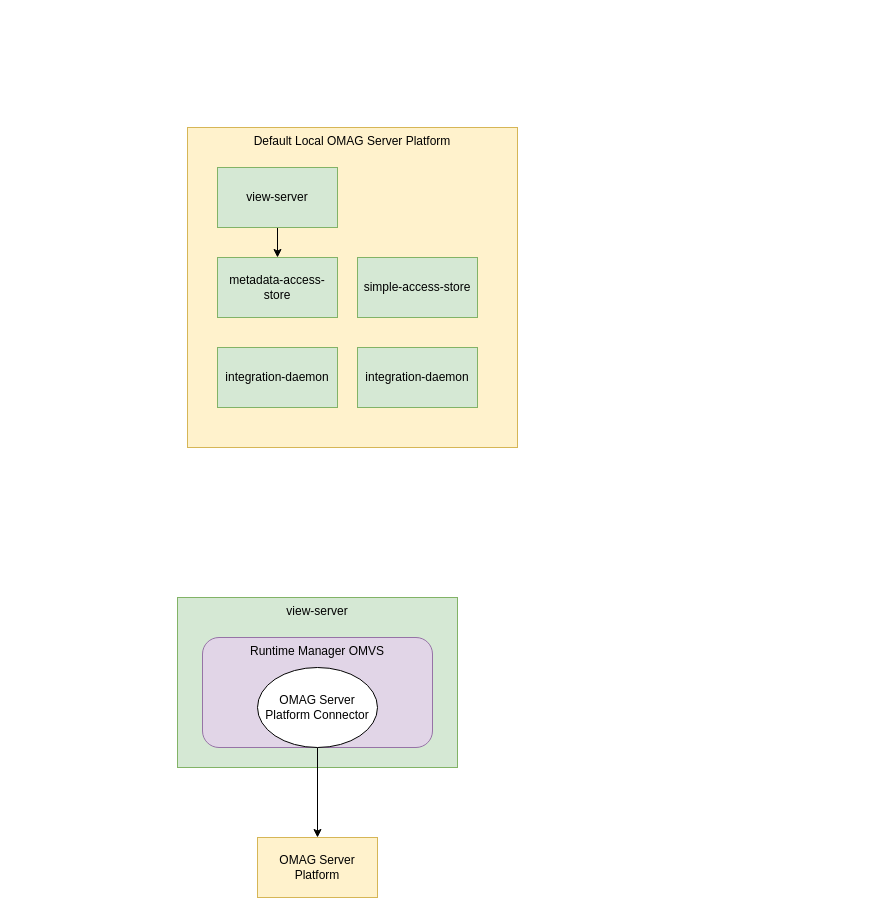
This is page "resource-connector-types" (1 of 4) of site/docs/services/omvs/runtime-manager/egeria-system-connectors.drawio from odpi/egeria-docs, a draw.io file, before an edit. Source tidied: cells renumbered, new cells numbered last; positions are measured from the earlier drawing's top-left corner, leaving out a move shared by most shapes. Both pictures are drawn from the tidied source at 100%, with x=0, y=0 at pixel (177, 127).
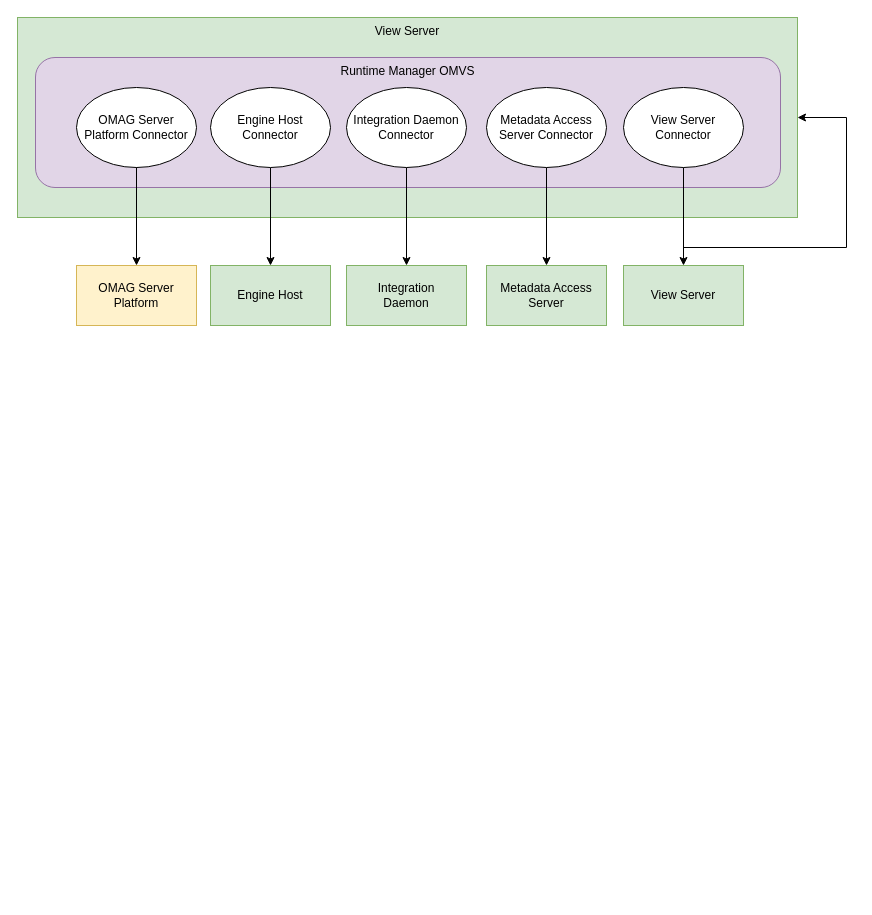
After the change.

What changed in the source:
```diff
@@
-    <mxCell id="2" value="Default Local OMAG Server Platform" style="rounded=0;whiteSpace=wrap;html=1;verticalAlign=top;fillColor=#fff2cc;strokeColor=#d6b656;" parent="1" vertex="1">
-      <mxGeometry x="10" width="330" height="320" as="geometry" />
-    </mxCell>
-    <mxCell id="3" style="edgeStyle=orthogonalEdgeStyle;rounded=0;jettySize=auto;html=1;exitX=0.5;exitY=1;exitDx=0;exitDy=0;" parent="1" edge="1" source="4" target="5">
-      <mxGeometry relative="1" as="geometry" />
-    </mxCell>
-    <mxCell id="4" value="view-server" style="rounded=0;whiteSpace=wrap;html=1;fillColor=#d5e8d4;strokeColor=#82b366;" parent="1" vertex="1">
-      <mxGeometry x="40" y="40" width="120" height="60" as="geometry" />
-    </mxCell>
-    <mxCell id="5" value="metadata-access-store" style="rounded=0;whiteSpace=wrap;html=1;fillColor=#d5e8d4;strokeColor=#82b366;" parent="1" vertex="1">
-      <mxGeometry x="40" y="130" width="120" height="60" as="geometry" />
-    </mxCell>
-    <mxCell id="6" value="integration-daemon" style="rounded=0;whiteSpace=wrap;html=1;fillColor=#d5e8d4;strokeColor=#82b366;" parent="1" vertex="1">
-      <mxGeometry x="180" y="220" width="120" height="60" as="geometry" />
-    </mxCell>
-    <mxCell id="7" value="integration-daemon" style="rounded=0;whiteSpace=wrap;html=1;fillColor=#d5e8d4;strokeColor=#82b366;" parent="1" vertex="1">
-      <mxGeometry x="40" y="220" width="120" height="60" as="geometry" />
-    </mxCell>
-    <mxCell id="8" value="simple-access-store" style="rounded=0;whiteSpace=wrap;html=1;fillColor=#d5e8d4;strokeColor=#82b366;" parent="1" vertex="1">
-      <mxGeometry x="180" y="130" width="120" height="60" as="geometry" />
-    </mxCell>
-    <mxCell id="9" value="view-server" style="rounded=0;whiteSpace=wrap;html=1;verticalAlign=top;fillColor=#d5e8d4;strokeColor=#82b366;" parent="1" vertex="1">
-      <mxGeometry y="470" width="280" height="170" as="geometry" />
+    <mxCell id="9" value="View Server" style="rounded=0;whiteSpace=wrap;html=1;verticalAlign=top;fillColor=#d5e8d4;strokeColor=#82b366;" parent="1" vertex="1">
+      <mxGeometry x="-160" y="-110" width="780" height="200" as="geometry" />
     </mxCell>
-    <mxCell id="10" style="edgeStyle=orthogonalEdgeStyle;rounded=0;jettySize=auto;html=1;" parent="1" edge="1" source="11" target="12">
-      <mxGeometry relative="1" as="geometry" />
-    </mxCell>
     <mxCell id="11" value="Runtime Manager OMVS" style="rounded=1;whiteSpace=wrap;html=1;verticalAlign=top;fillColor=#e1d5e7;strokeColor=#9673a6;" parent="1" vertex="1">
-      <mxGeometry x="25" y="510" width="230" height="110" as="geometry" />
+      <mxGeometry x="-142" y="-70" width="745" height="130" as="geometry" />
     </mxCell>
     <mxCell id="12" value="OMAG Server Platform" style="rounded=0;whiteSpace=wrap;html=1;fillColor=#fff2cc;strokeColor=#d6b656;" parent="1" vertex="1">
-      <mxGeometry x="80" y="710" width="120" height="60" as="geometry" />
+      <mxGeometry x="-101" y="138" width="120" height="60" as="geometry" />
     </mxCell>
     <mxCell id="13" value="OMAG Server Platform Connector" style="ellipse;whiteSpace=wrap;html=1;" parent="1" vertex="1">
-      <mxGeometry x="80" y="540" width="120" height="80" as="geometry" />
+      <mxGeometry x="-101" y="-40" width="120" height="80" as="geometry" />
     </mxCell>
+    <mxCell id="14" style="edgeStyle=orthogonalEdgeStyle;rounded=0;jettySize=auto;html=1;exitX=0.5;exitY=1;exitDx=0;exitDy=0;" parent="1" edge="1" source="15" target="25">
+      <mxGeometry relative="1" as="geometry" />
+    </mxCell>
+    <mxCell id="15" value="Engine Host Connector" style="ellipse;whiteSpace=wrap;html=1;" parent="1" vertex="1">
+      <mxGeometry x="33" y="-40" width="120" height="80" as="geometry" />
+    </mxCell>
+    <mxCell id="16" style="edgeStyle=orthogonalEdgeStyle;rounded=0;jettySize=auto;html=1;exitX=0.5;exitY=1;exitDx=0;exitDy=0;" parent="1" edge="1" source="17" target="24">
+      <mxGeometry relative="1" as="geometry" />
+    </mxCell>
+    <mxCell id="17" value="Integration Daemon Connector" style="ellipse;whiteSpace=wrap;html=1;" parent="1" vertex="1">
+      <mxGeometry x="169" y="-40" width="120" height="80" as="geometry" />
+    </mxCell>
+    <mxCell id="18" style="edgeStyle=orthogonalEdgeStyle;rounded=0;jettySize=auto;html=1;exitX=0.5;exitY=1;exitDx=0;exitDy=0;" parent="1" edge="1" source="19" target="23">
+      <mxGeometry relative="1" as="geometry" />
+    </mxCell>
+    <mxCell id="19" value="Metadata Access Server Connector" style="ellipse;whiteSpace=wrap;html=1;" parent="1" vertex="1">
+      <mxGeometry x="309" y="-40" width="120" height="80" as="geometry" />
+    </mxCell>
+    <mxCell id="20" style="edgeStyle=orthogonalEdgeStyle;rounded=0;jettySize=auto;html=1;exitX=0.5;exitY=1;exitDx=0;exitDy=0;entryX=1;entryY=0.5;entryDx=0;entryDy=0;" parent="1" edge="1" source="22" target="9">
+      <mxGeometry relative="1" as="geometry">
+        <Array as="points">
+          <mxPoint x="506" y="120" />
+          <mxPoint x="669" y="120" />
+          <mxPoint x="669" y="-10" />
+        </Array>
+      </mxGeometry>
+    </mxCell>
+    <mxCell id="21" style="edgeStyle=orthogonalEdgeStyle;rounded=0;jettySize=auto;html=1;exitX=0.5;exitY=1;exitDx=0;exitDy=0;" parent="1" edge="1" source="22" target="26">
+      <mxGeometry relative="1" as="geometry" />
+    </mxCell>
+    <mxCell id="22" value="View Server Connector" style="ellipse;whiteSpace=wrap;html=1;" parent="1" vertex="1">
+      <mxGeometry x="446" y="-40" width="120" height="80" as="geometry" />
+    </mxCell>
+    <mxCell id="10" style="edgeStyle=orthogonalEdgeStyle;rounded=0;jettySize=auto;html=1;exitX=0.5;exitY=1;exitDx=0;exitDy=0;" parent="1" edge="1" source="13" target="12">
+      <mxGeometry relative="1" as="geometry" />
+    </mxCell>
+    <mxCell id="23" value="Metadata Access Server" style="rounded=0;whiteSpace=wrap;html=1;fillColor=#d5e8d4;strokeColor=#82b366;" parent="1" vertex="1">
+      <mxGeometry x="309" y="138" width="120" height="60" as="geometry" />
+    </mxCell>
+    <mxCell id="24" value="Integration&lt;div&gt;Daemon&lt;/div&gt;" style="rounded=0;whiteSpace=wrap;html=1;fillColor=#d5e8d4;strokeColor=#82b366;" parent="1" vertex="1">
+      <mxGeometry x="169" y="138" width="120" height="60" as="geometry" />
+    </mxCell>
+    <mxCell id="25" value="Engine Host" style="rounded=0;whiteSpace=wrap;html=1;fillColor=#d5e8d4;strokeColor=#82b366;" parent="1" vertex="1">
+      <mxGeometry x="33" y="138" width="120" height="60" as="geometry" />
+    </mxCell>
+    <mxCell id="26" value="View Server" style="rounded=0;whiteSpace=wrap;html=1;fillColor=#d5e8d4;strokeColor=#82b366;" parent="1" vertex="1">
+      <mxGeometry x="446" y="138" width="120" height="60" as="geometry" />
+    </mxCell>
```
